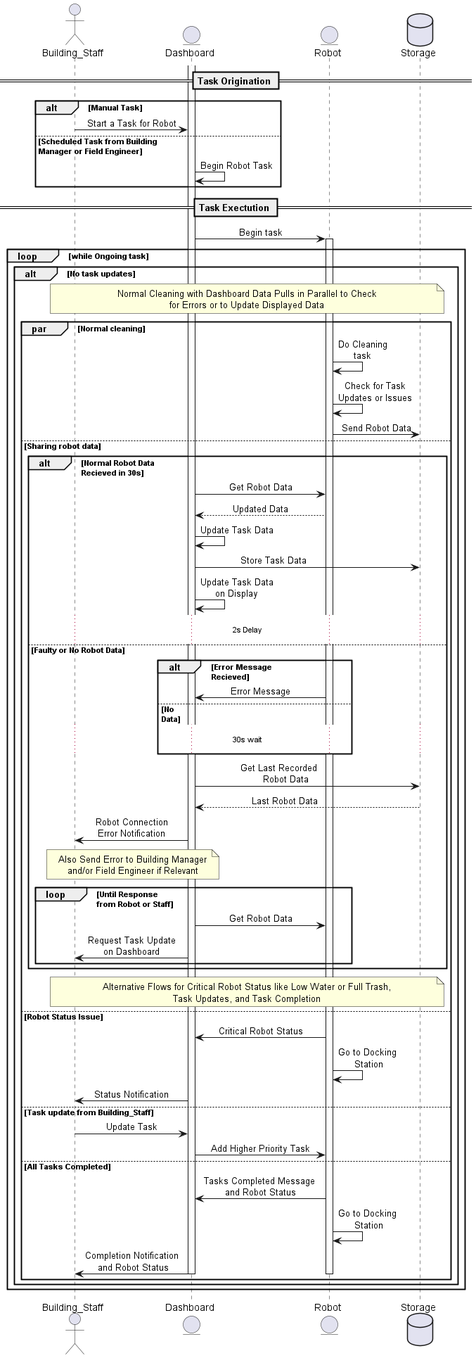
Before: docs/design/png_files/cleaning_task.png, a diagram exported from PlantUML (ur-swe-fa24/main-project-snoopy-corp).
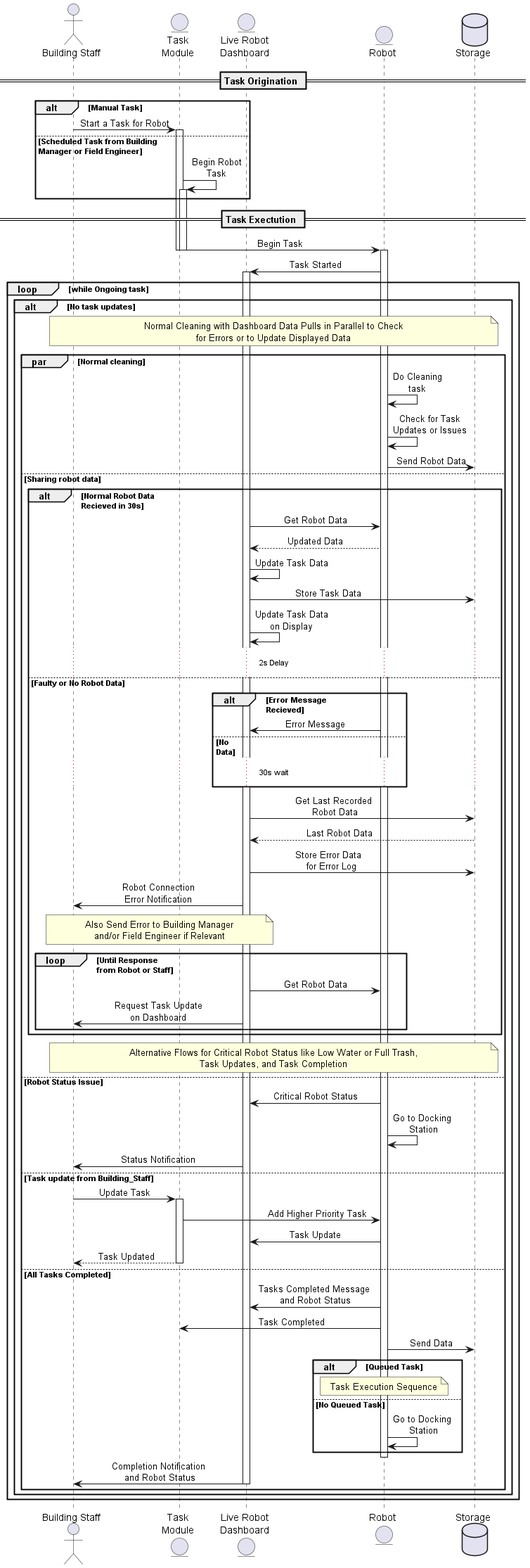
The same diagram one commit later.

What changed in the source:
```diff
@@ -1,22 +1,30 @@
 @startuml cleaning_task
 skinparam sequenceMessageAlign center
 skinparam NoteTextAlignment center
-actor Building_Staff
-entity Dashboard
+actor Building_Staff as "Building Staff"
+entity Scheduling_Module as "Task\nModule"
+entity Dashboard as "Live Robot\nDashboard"
 entity Robot
 database Storage
 
-activate Dashboard
+
 == Task Origination ==
 alt Manual Task
-    Building_Staff -> Dashboard: Start a Task for Robot
+    Building_Staff -> Scheduling_Module: Start a Task for Robot
+    activate Scheduling_Module
 else Scheduled Task from Building \nManager or Field Engineer
-    Dashboard -> Dashboard: Begin Robot Task
+    Scheduling_Module -> Scheduling_Module: Begin Robot\nTask
+    activate Scheduling_Module
 end
 
 == Task Exectution ==
-Dashboard -> Robot: Begin task
+Scheduling_Module -> Robot: Begin Task
+deactivate Scheduling_Module
+deactivate Scheduling_Module
 activate Robot
+Robot -> Dashboard: Task Started
+activate Dashboard
+
 loop while Ongoing task
 alt No task updates
     note across: Normal Cleaning with Dashboard Data Pulls in Parallel to Check\nfor Errors or to Update Displayed Data
@@ -38,8 +46,9 @@
         else No \nData
         ... 30s wait ...
         end
-        Dashboard -> Storage: Get Last Recorded\t\t\t\nRobot Data\t\t
+        Dashboard -> Storage: Get Last Recorded \t\t\t\n  Robot Data\t\t\t
         Storage --> Dashboard: Last Robot Data\t\t\t
+        Dashboard -> Storage: Store Error Data\t\t\t\t\nfor Error Log\t\t\t
         Dashboard -> Building_Staff: Robot Connection\nError Notification
         note over Building_Staff, Dashboard: Also Send Error to Building Manager\nand/or Field Engineer if Relevant
         loop Until Response \nfrom Robot or Staff
@@ -55,15 +64,24 @@
     Dashboard -> Building_Staff: Status Notification
 
 else Task update from Building_Staff
-    Building_Staff -> Dashboard: Update Task
-    Dashboard -> Robot: Add Higher Priority Task
+    Building_Staff -> Scheduling_Module: Update Task
+    activate Scheduling_Module
+    Scheduling_Module -> Robot: \t \t \t Add Higher Priority Task
+    Robot -> Dashboard: Task Update
+    return Task Updated
 
 else All Tasks Completed
     Robot -> Dashboard: Tasks Completed Message \nand Robot Status
-    Robot -> Robot: Go to Docking \nStation
+    Robot -> Scheduling_Module: \tTask Completed
+    Robot -> Storage: Send Data
+    alt Queued Task
+        note over Robot: Task Execution Sequence
+    else No Queued Task
+        Robot -> Robot: Go to Docking \nStation
+    end
+    deactivate Robot
     Dashboard -> Building_Staff: Completion Notification \nand Robot Status
 
-deactivate Robot
 deactivate Dashboard
 
 end
```
